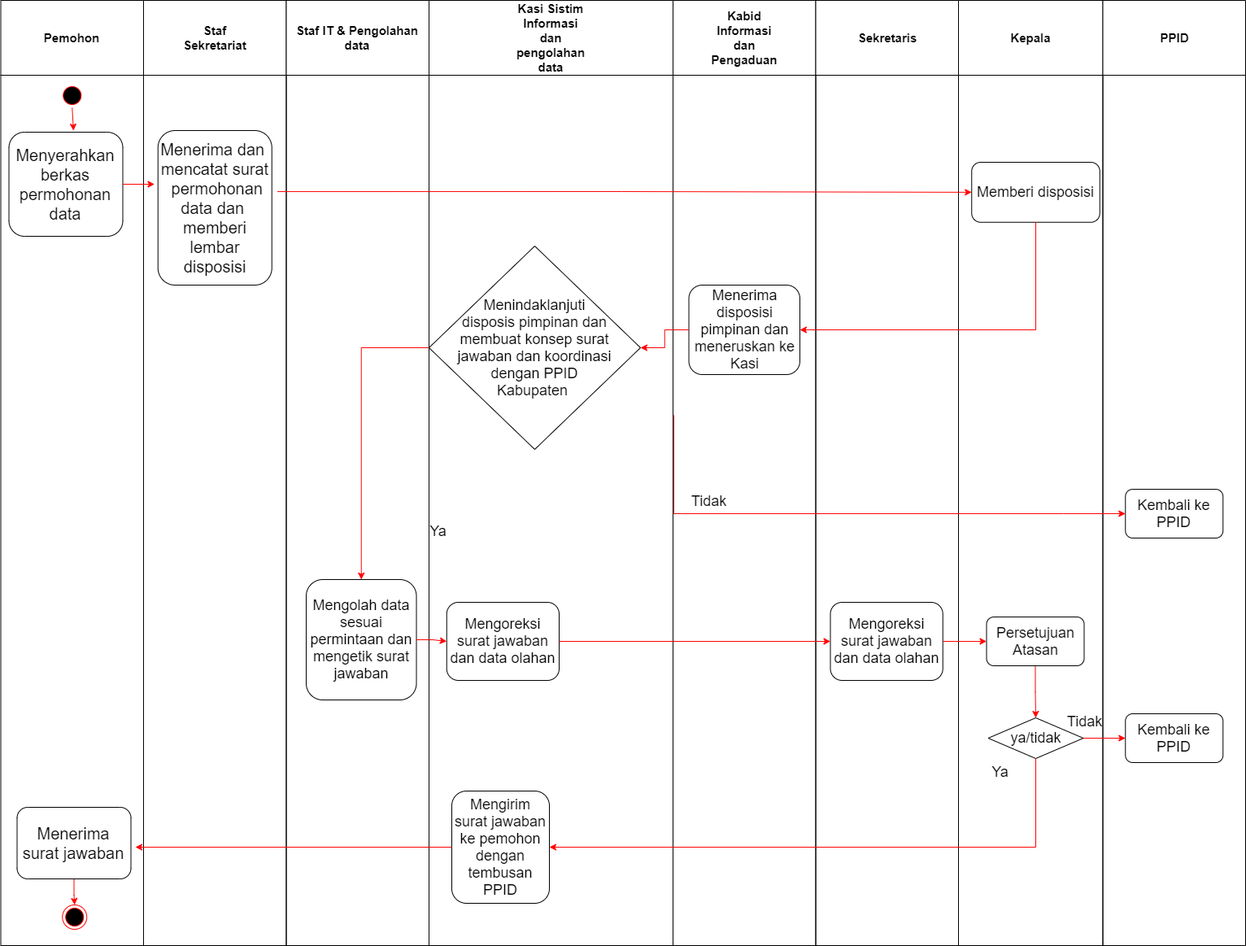
Earlier version of the draw.io export folder/STANDAR OPERASIONAL PROSEDUR SISTIM INFORMASI DATA.png (ferifahrul7/diagram-magang). Source tidied: cells renumbered, new cells last; positions are measured from the earlier drawing's top-left corner, leaving out a move shared by most shapes.
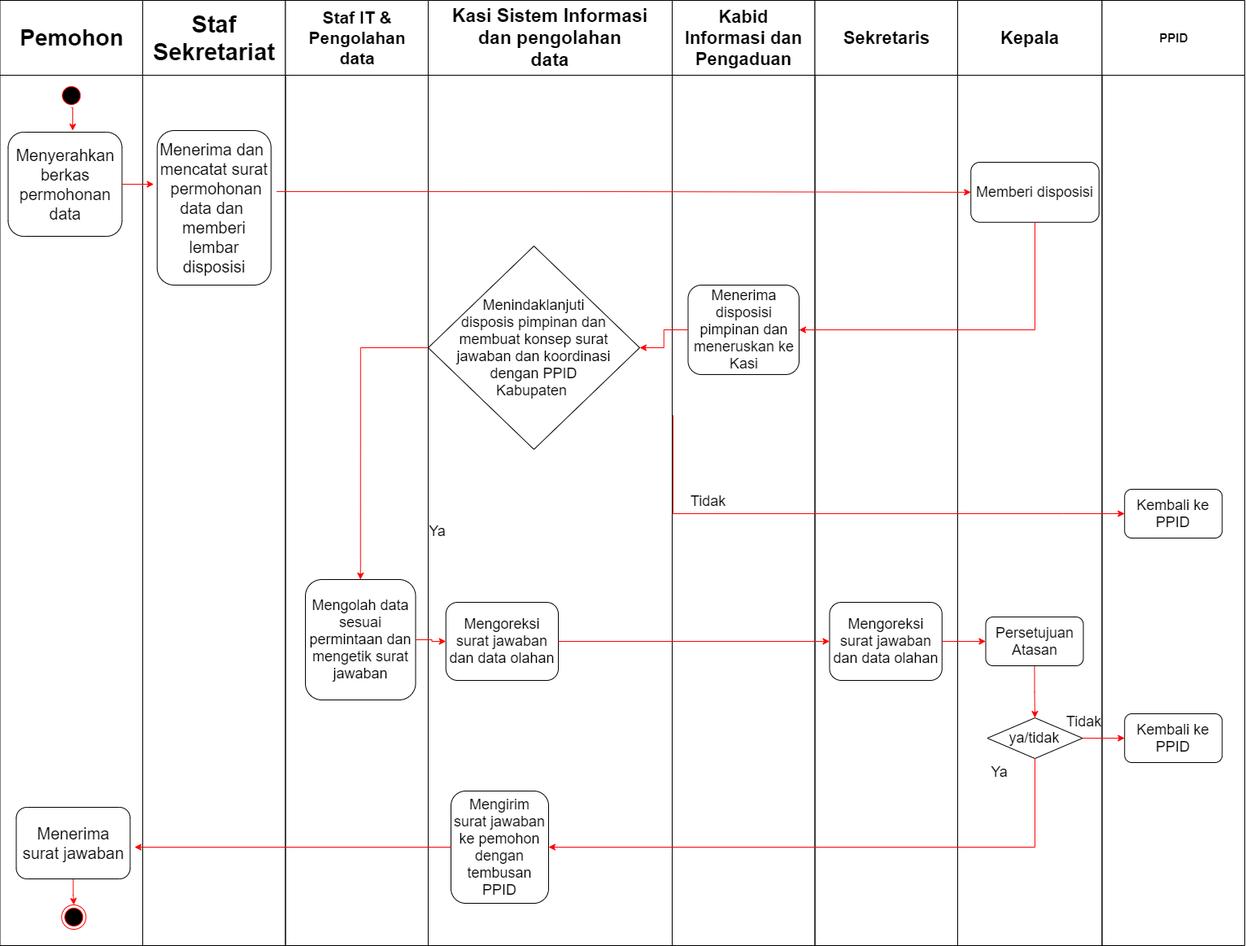
After the change.

Diff of the diagram source:
```diff
@@ -2,7 +2,7 @@
   <root>
     <mxCell id="0" />
     <mxCell id="1" parent="0" />
-    <mxCell id="2" value="Pemohon" style="swimlane;whiteSpace=wrap;startSize=92;fontSize=15;" parent="1" vertex="1">
+    <mxCell id="2" value="Pemohon" style="swimlane;whiteSpace=wrap;startSize=92;fontSize=28;" parent="1" vertex="1">
       <mxGeometry x="0.5" width="175.5" height="1162" as="geometry" />
     </mxCell>
     <mxCell id="3" style="edgeStyle=orthogonalEdgeStyle;rounded=0;jettySize=auto;html=1;exitX=0.5;exitY=1;exitDx=0;exitDy=0;entryX=0.567;entryY=-0.015;entryDx=0;entryDy=0;entryPerimeter=0;fontSize=15;fontColor=#000000;strokeColor=#FF0303;" parent="2" edge="1" source="4" target="5">
@@ -23,19 +23,19 @@
     <mxCell id="8" style="ellipse;html=1;shape=endState;fillColor=#000000;strokeColor=#ff0000;fontSize=18;fontColor=#000000;" parent="2" vertex="1">
       <mxGeometry x="75.8" y="1112" width="30" height="30" as="geometry" />
     </mxCell>
-    <mxCell id="9" value="Staf&#10;Sekretariat" style="swimlane;whiteSpace=wrap;startSize=92;fontSize=15;" parent="1" vertex="1">
+    <mxCell id="9" value="Staf&#10;Sekretariat" style="swimlane;whiteSpace=wrap;startSize=92;fontSize=29;" parent="1" vertex="1">
       <mxGeometry x="176" width="175.5" height="1162" as="geometry" />
     </mxCell>
     <mxCell id="10" value="Menerima dan &#10;mencatat surat&#10; permohonan&#10;data dan &#10;memberi&#10; lembar &#10;disposisi" style="rounded=1;whiteSpace=wrap;html=1;fontFamily=Helvetica;fontSize=20;fontColor=#000000;align=center;strokeColor=#000000;fillColor=#ffffff;" parent="9" vertex="1">
       <mxGeometry x="17.8" y="160" width="140" height="190" as="geometry" />
     </mxCell>
-    <mxCell id="11" value="Staf IT &amp; Pengolahan&#10;data" style="swimlane;whiteSpace=wrap;startSize=92;fontSize=15;" parent="1" vertex="1">
+    <mxCell id="11" value="Staf IT &amp; Pengolahan&#10;data" style="swimlane;whiteSpace=wrap;startSize=92;fontSize=21;" parent="1" vertex="1">
       <mxGeometry x="351.5" width="175.5" height="1162" as="geometry" />
     </mxCell>
     <mxCell id="12" value="&#10;&#10;Mengolah data sesuai permintaan dan&#10;mengetik surat jawaban &#10;&#10;" style="rounded=1;whiteSpace=wrap;html=1;fontSize=18;fontColor=#000000;" parent="11" vertex="1">
       <mxGeometry x="24.5" y="712" width="135.5" height="148" as="geometry" />
     </mxCell>
-    <mxCell id="13" value="Kasi Sistim&#10;Informasi&#10;dan&#10;pengolahan&#10;data" style="swimlane;whiteSpace=wrap;startSize=92;fontSize=15;" parent="1" vertex="1">
+    <mxCell id="13" value="Kasi Sistem Informasi&#10;dan pengolahan&#10;data" style="swimlane;whiteSpace=wrap;startSize=92;fontSize=23;" parent="1" vertex="1">
       <mxGeometry x="527" width="300" height="1162" as="geometry" />
     </mxCell>
     <mxCell id="14" value="Menindaklanjuti&lt;br&gt;disposis pimpinan dan&lt;br&gt;membuat konsep surat&lt;br&gt;jawaban dan koordinasi&lt;br&gt;dengan PPID&lt;br&gt;Kabupaten&amp;nbsp;" style="rhombus;whiteSpace=wrap;html=1;fontSize=18;fontColor=#000000;" parent="13" vertex="1">
@@ -50,7 +50,7 @@
     <mxCell id="17" value="Ya" style="text;html=1;align=center;verticalAlign=middle;fillColor=none;strokeColor=none;rounded=0;fontSize=18;fontColor=#000000;" parent="13" vertex="1">
       <mxGeometry x="-9.2" y="638" width="40" height="30" as="geometry" />
     </mxCell>
-    <mxCell id="18" value="Kabid&#10;Informasi&#10;dan&#10;Pengaduan" style="swimlane;whiteSpace=wrap;startSize=92;fontSize=15;" parent="1" vertex="1">
+    <mxCell id="18" value="Kabid&#10;Informasi dan&#10;Pengaduan" style="swimlane;whiteSpace=wrap;startSize=92;fontSize=22;" parent="1" vertex="1">
       <mxGeometry x="827" width="175.5" height="1162" as="geometry" />
     </mxCell>
     <mxCell id="19" value="Menerima disposisi pimpinan dan&lt;br style=&quot;font-size: 18px;&quot;&gt;meneruskan ke Kasi" style="rounded=1;whiteSpace=wrap;html=1;fontFamily=Helvetica;fontSize=18;fontColor=#000000;align=center;strokeColor=#000000;fillColor=#ffffff;" parent="18" vertex="1">
@@ -59,13 +59,13 @@
     <mxCell id="20" value="Tidak" style="text;html=1;align=center;verticalAlign=middle;fillColor=none;strokeColor=none;rounded=0;fontSize=18;fontColor=#000000;" parent="18" vertex="1">
       <mxGeometry x="13.5" y="601" width="60" height="30" as="geometry" />
     </mxCell>
-    <mxCell id="21" value="Sekretaris" style="swimlane;whiteSpace=wrap;startSize=92;fontSize=15;" parent="1" vertex="1">
+    <mxCell id="21" value="Sekretaris" style="swimlane;whiteSpace=wrap;startSize=92;fontSize=22;" parent="1" vertex="1">
       <mxGeometry x="1002.5" width="175.5" height="1162" as="geometry" />
     </mxCell>
     <mxCell id="22" value="&#10;&#10;Mengoreksi surat jawaban dan data olahan &#10;&#10;" style="rounded=1;whiteSpace=wrap;html=1;fontSize=18;fontColor=#000000;" parent="21" vertex="1">
       <mxGeometry x="18" y="740" width="138.2" height="96" as="geometry" />
     </mxCell>
-    <mxCell id="23" value="Kepala" style="swimlane;whiteSpace=wrap;startSize=92;fontSize=15;" parent="1" vertex="1">
+    <mxCell id="23" value="Kepala" style="swimlane;whiteSpace=wrap;startSize=92;fontSize=22;" parent="1" vertex="1">
       <mxGeometry x="1178" width="177.5" height="1162" as="geometry" />
     </mxCell>
     <mxCell id="24" value="&lt;font style=&quot;font-size: 18px&quot;&gt;Memberi disposisi&lt;/font&gt;" style="rounded=1;whiteSpace=wrap;html=1;fontFamily=Helvetica;fontSize=15;fontColor=#000000;align=center;strokeColor=#000000;fillColor=#ffffff;" parent="23" vertex="1">
```
